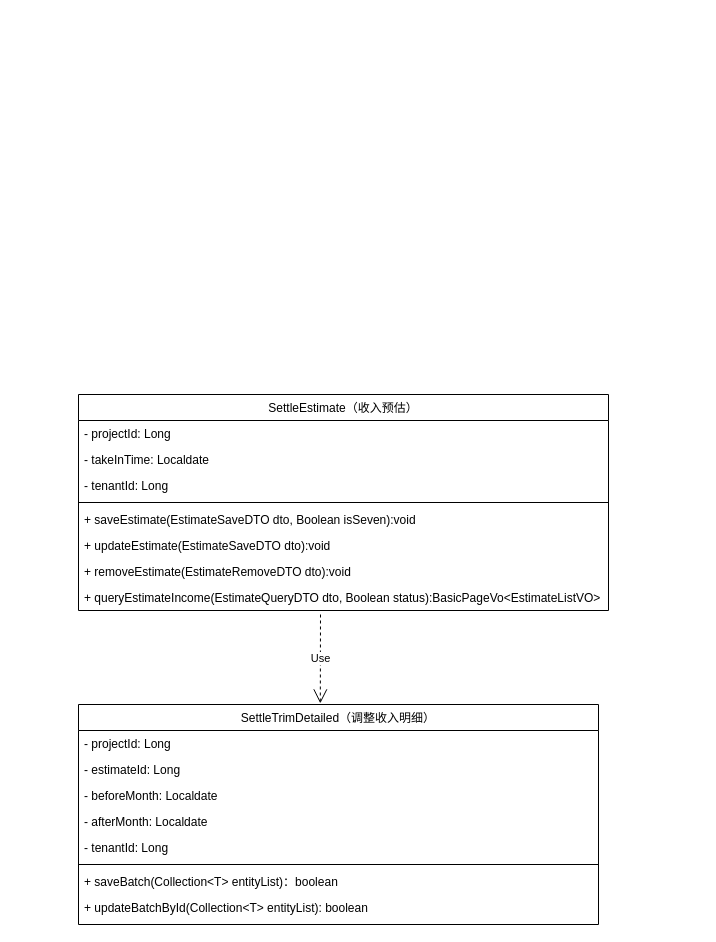
Above: 未命名绘图.drawio in Passion-Logan/drawio (draw.io), before the change. Source tidied: cells renumbered, new cells numbered last; positions are measured from the earlier drawing's top-left corner, leaving out a move shared by most shapes. Both pictures are drawn from the tidied source at 100%, with x=0, y=0 at pixel (78, 394).
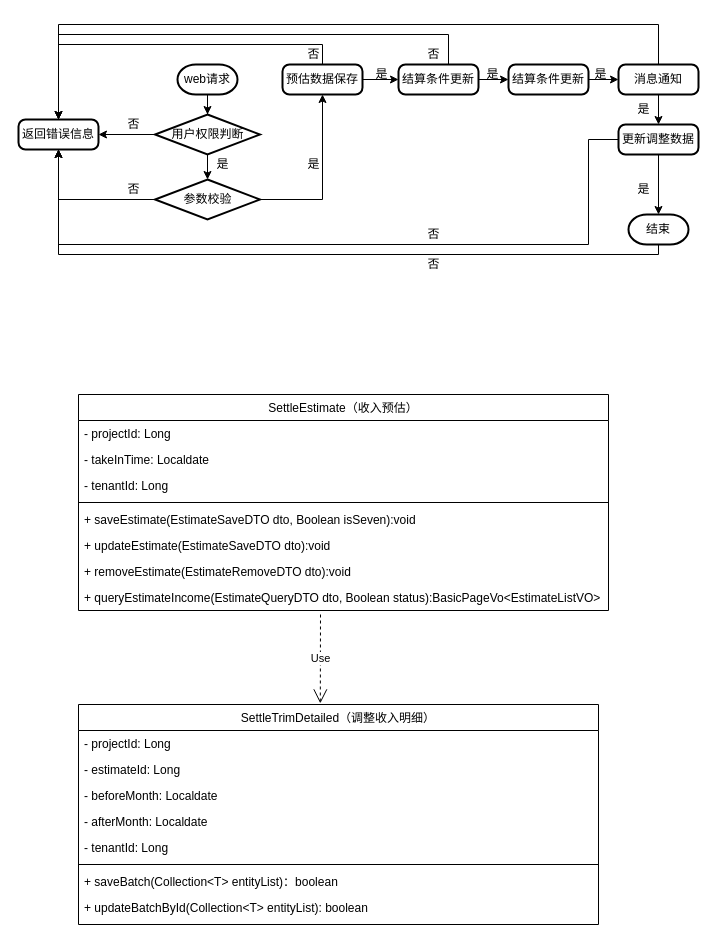
The same page after the edit.

The edit, as a diff of the source:
```diff
@@
+    <mxCell id="21" value="返回错误信息" style="rounded=1;whiteSpace=wrap;html=1;absoluteArcSize=1;arcSize=14;strokeWidth=2;" parent="1" vertex="1">
+      <mxGeometry x="-60" y="-275" width="80" height="30" as="geometry" />
+    </mxCell>
+    <mxCell id="22" style="edgeStyle=orthogonalEdgeStyle;rounded=0;jettySize=auto;html=1;" parent="1" edge="1" source="23" target="26">
+      <mxGeometry relative="1" as="geometry" />
+    </mxCell>
+    <mxCell id="23" value="web请求" style="strokeWidth=2;html=1;shape=mxgraph.flowchart.terminator;whiteSpace=wrap;" parent="1" vertex="1">
+      <mxGeometry x="99" y="-330" width="60" height="30" as="geometry" />
+    </mxCell>
+    <mxCell id="24" style="edgeStyle=orthogonalEdgeStyle;rounded=0;jettySize=auto;html=1;" parent="1" edge="1" source="26" target="21">
+      <mxGeometry relative="1" as="geometry" />
+    </mxCell>
+    <mxCell id="25" style="edgeStyle=orthogonalEdgeStyle;rounded=0;jettySize=auto;html=1;" parent="1" edge="1" source="26" target="30">
+      <mxGeometry relative="1" as="geometry" />
+    </mxCell>
+    <mxCell id="26" value="用户权限判断" style="strokeWidth=2;html=1;shape=mxgraph.flowchart.decision;whiteSpace=wrap;" parent="1" vertex="1">
+      <mxGeometry x="76.5" y="-280" width="105" height="40" as="geometry" />
+    </mxCell>
+    <mxCell id="27" value="否" style="text;html=1;align=center;verticalAlign=middle;strokeColor=none;fillColor=none;" parent="1" vertex="1">
+      <mxGeometry x="40" y="-280" width="30" height="20" as="geometry" />
+    </mxCell>
+    <mxCell id="28" style="edgeStyle=orthogonalEdgeStyle;rounded=0;jettySize=auto;html=1;" parent="1" edge="1" source="30" target="21">
+      <mxGeometry relative="1" as="geometry" />
+    </mxCell>
+    <mxCell id="29" style="edgeStyle=orthogonalEdgeStyle;rounded=0;jettySize=auto;html=1;exitX=1;exitY=0.5;exitDx=0;exitDy=0;exitPerimeter=0;entryX=0.5;entryY=1;entryDx=0;entryDy=0;" parent="1" edge="1" source="30" target="35">
+      <mxGeometry relative="1" as="geometry" />
+    </mxCell>
+    <mxCell id="30" value="参数校验" style="strokeWidth=2;html=1;shape=mxgraph.flowchart.decision;whiteSpace=wrap;" parent="1" vertex="1">
+      <mxGeometry x="76.5" y="-215" width="105" height="40" as="geometry" />
+    </mxCell>
+    <mxCell id="31" value="否" style="text;html=1;align=center;verticalAlign=middle;strokeColor=none;fillColor=none;" parent="1" vertex="1">
+      <mxGeometry x="40" y="-215" width="30" height="20" as="geometry" />
+    </mxCell>
+    <mxCell id="32" value="是" style="text;html=1;align=center;verticalAlign=middle;strokeColor=none;fillColor=none;" parent="1" vertex="1">
+      <mxGeometry x="129" y="-240" width="30" height="20" as="geometry" />
+    </mxCell>
+    <mxCell id="33" style="edgeStyle=orthogonalEdgeStyle;rounded=0;jettySize=auto;html=1;exitX=0.5;exitY=0;exitDx=0;exitDy=0;entryX=0.5;entryY=0;entryDx=0;entryDy=0;" parent="1" edge="1" source="35" target="21">
+      <mxGeometry relative="1" as="geometry">
+        <Array as="points">
+          <mxPoint x="244" y="-350" />
+          <mxPoint x="-20" y="-350" />
+        </Array>
+      </mxGeometry>
+    </mxCell>
+    <mxCell id="34" style="edgeStyle=orthogonalEdgeStyle;rounded=0;jettySize=auto;html=1;" parent="1" edge="1" source="35" target="40">
+      <mxGeometry relative="1" as="geometry" />
+    </mxCell>
+    <mxCell id="35" value="预估数据保存" style="rounded=1;whiteSpace=wrap;html=1;absoluteArcSize=1;arcSize=14;strokeWidth=2;" parent="1" vertex="1">
+      <mxGeometry x="204" y="-330" width="80" height="30" as="geometry" />
+    </mxCell>
+    <mxCell id="36" value="是" style="text;html=1;align=center;verticalAlign=middle;strokeColor=none;fillColor=none;" parent="1" vertex="1">
+      <mxGeometry x="220" y="-240" width="30" height="20" as="geometry" />
+    </mxCell>
+    <mxCell id="37" value="否" style="text;html=1;align=center;verticalAlign=middle;strokeColor=none;fillColor=none;" parent="1" vertex="1">
+      <mxGeometry x="340" y="-350" width="30" height="20" as="geometry" />
+    </mxCell>
+    <mxCell id="38" style="edgeStyle=orthogonalEdgeStyle;rounded=0;jettySize=auto;html=1;exitX=0.5;exitY=0;exitDx=0;exitDy=0;entryX=0.5;entryY=0;entryDx=0;entryDy=0;" parent="1" edge="1" source="40" target="21">
+      <mxGeometry relative="1" as="geometry">
+        <Array as="points">
+          <mxPoint x="370" y="-330" />
+          <mxPoint x="370" y="-360" />
+          <mxPoint x="-20" y="-360" />
+        </Array>
+      </mxGeometry>
+    </mxCell>
+    <mxCell id="39" style="edgeStyle=orthogonalEdgeStyle;rounded=0;jettySize=auto;html=1;" parent="1" edge="1" source="40" target="44">
+      <mxGeometry relative="1" as="geometry" />
+    </mxCell>
+    <mxCell id="40" value="结算条件更新" style="rounded=1;whiteSpace=wrap;html=1;absoluteArcSize=1;arcSize=14;strokeWidth=2;" parent="1" vertex="1">
+      <mxGeometry x="320" y="-330" width="80" height="30" as="geometry" />
+    </mxCell>
+    <mxCell id="41" value="是" style="text;html=1;align=center;verticalAlign=middle;strokeColor=none;fillColor=none;" parent="1" vertex="1">
+      <mxGeometry x="288" y="-330" width="30" height="20" as="geometry" />
+    </mxCell>
+    <mxCell id="42" value="否" style="text;html=1;align=center;verticalAlign=middle;strokeColor=none;fillColor=none;" parent="1" vertex="1">
+      <mxGeometry x="220" y="-350" width="30" height="20" as="geometry" />
+    </mxCell>
+    <mxCell id="43" style="edgeStyle=orthogonalEdgeStyle;rounded=0;jettySize=auto;html=1;" parent="1" edge="1" source="44" target="48">
+      <mxGeometry relative="1" as="geometry" />
+    </mxCell>
+    <mxCell id="44" value="结算条件更新" style="rounded=1;whiteSpace=wrap;html=1;absoluteArcSize=1;arcSize=14;strokeWidth=2;" parent="1" vertex="1">
+      <mxGeometry x="430" y="-330" width="80" height="30" as="geometry" />
+    </mxCell>
+    <mxCell id="45" value="是" style="text;html=1;align=center;verticalAlign=middle;strokeColor=none;fillColor=none;" parent="1" vertex="1">
+      <mxGeometry x="399" y="-330" width="30" height="20" as="geometry" />
+    </mxCell>
+    <mxCell id="46" style="edgeStyle=orthogonalEdgeStyle;rounded=0;jettySize=auto;html=1;exitX=0.5;exitY=0;exitDx=0;exitDy=0;entryX=0.5;entryY=0;entryDx=0;entryDy=0;" parent="1" edge="1" source="48" target="21">
+      <mxGeometry relative="1" as="geometry">
+        <Array as="points">
+          <mxPoint x="580" y="-370" />
+          <mxPoint x="-20" y="-370" />
+        </Array>
+      </mxGeometry>
+    </mxCell>
+    <mxCell id="47" style="edgeStyle=orthogonalEdgeStyle;rounded=0;jettySize=auto;html=1;" parent="1" edge="1" source="48" target="52">
+      <mxGeometry relative="1" as="geometry" />
+    </mxCell>
+    <mxCell id="48" value="消息通知" style="rounded=1;whiteSpace=wrap;html=1;absoluteArcSize=1;arcSize=14;strokeWidth=2;" parent="1" vertex="1">
+      <mxGeometry x="540" y="-330" width="80" height="30" as="geometry" />
+    </mxCell>
+    <mxCell id="49" value="是" style="text;html=1;align=center;verticalAlign=middle;strokeColor=none;fillColor=none;" parent="1" vertex="1">
+      <mxGeometry x="507" y="-330" width="30" height="20" as="geometry" />
+    </mxCell>
+    <mxCell id="50" style="edgeStyle=orthogonalEdgeStyle;rounded=0;jettySize=auto;html=1;exitX=0;exitY=0.5;exitDx=0;exitDy=0;entryX=0.5;entryY=1;entryDx=0;entryDy=0;" parent="1" edge="1" source="52" target="21">
+      <mxGeometry relative="1" as="geometry">
+        <Array as="points">
+          <mxPoint x="510" y="-255" />
+          <mxPoint x="510" y="-150" />
+          <mxPoint x="-20" y="-150" />
+        </Array>
+      </mxGeometry>
+    </mxCell>
+    <mxCell id="51" style="edgeStyle=orthogonalEdgeStyle;rounded=0;jettySize=auto;html=1;" parent="1" edge="1" source="52" target="56">
+      <mxGeometry relative="1" as="geometry" />
+    </mxCell>
+    <mxCell id="52" value="更新调整数据" style="rounded=1;whiteSpace=wrap;html=1;absoluteArcSize=1;arcSize=14;strokeWidth=2;" parent="1" vertex="1">
+      <mxGeometry x="540" y="-270" width="80" height="30" as="geometry" />
+    </mxCell>
+    <mxCell id="53" value="是" style="text;html=1;align=center;verticalAlign=middle;strokeColor=none;fillColor=none;" parent="1" vertex="1">
+      <mxGeometry x="550" y="-295" width="30" height="20" as="geometry" />
+    </mxCell>
+    <mxCell id="54" value="否" style="text;html=1;align=center;verticalAlign=middle;strokeColor=none;fillColor=none;" parent="1" vertex="1">
+      <mxGeometry x="340" y="-170" width="30" height="20" as="geometry" />
+    </mxCell>
+    <mxCell id="55" style="edgeStyle=orthogonalEdgeStyle;rounded=0;jettySize=auto;html=1;exitX=0.5;exitY=1;exitDx=0;exitDy=0;exitPerimeter=0;entryX=0.5;entryY=1;entryDx=0;entryDy=0;" parent="1" edge="1" source="56" target="21">
+      <mxGeometry relative="1" as="geometry">
+        <Array as="points">
+          <mxPoint x="580" y="-140" />
+          <mxPoint x="-20" y="-140" />
+        </Array>
+      </mxGeometry>
+    </mxCell>
+    <mxCell id="56" value="结束" style="strokeWidth=2;html=1;shape=mxgraph.flowchart.terminator;whiteSpace=wrap;" parent="1" vertex="1">
+      <mxGeometry x="550" y="-180" width="60" height="30" as="geometry" />
+    </mxCell>
+    <mxCell id="57" value="是" style="text;html=1;align=center;verticalAlign=middle;strokeColor=none;fillColor=none;" parent="1" vertex="1">
+      <mxGeometry x="550" y="-215" width="30" height="20" as="geometry" />
+    </mxCell>
+    <mxCell id="58" value="否" style="text;html=1;align=center;verticalAlign=middle;strokeColor=none;fillColor=none;" parent="1" vertex="1">
+      <mxGeometry x="340" y="-140" width="30" height="20" as="geometry" />
+    </mxCell>
```
